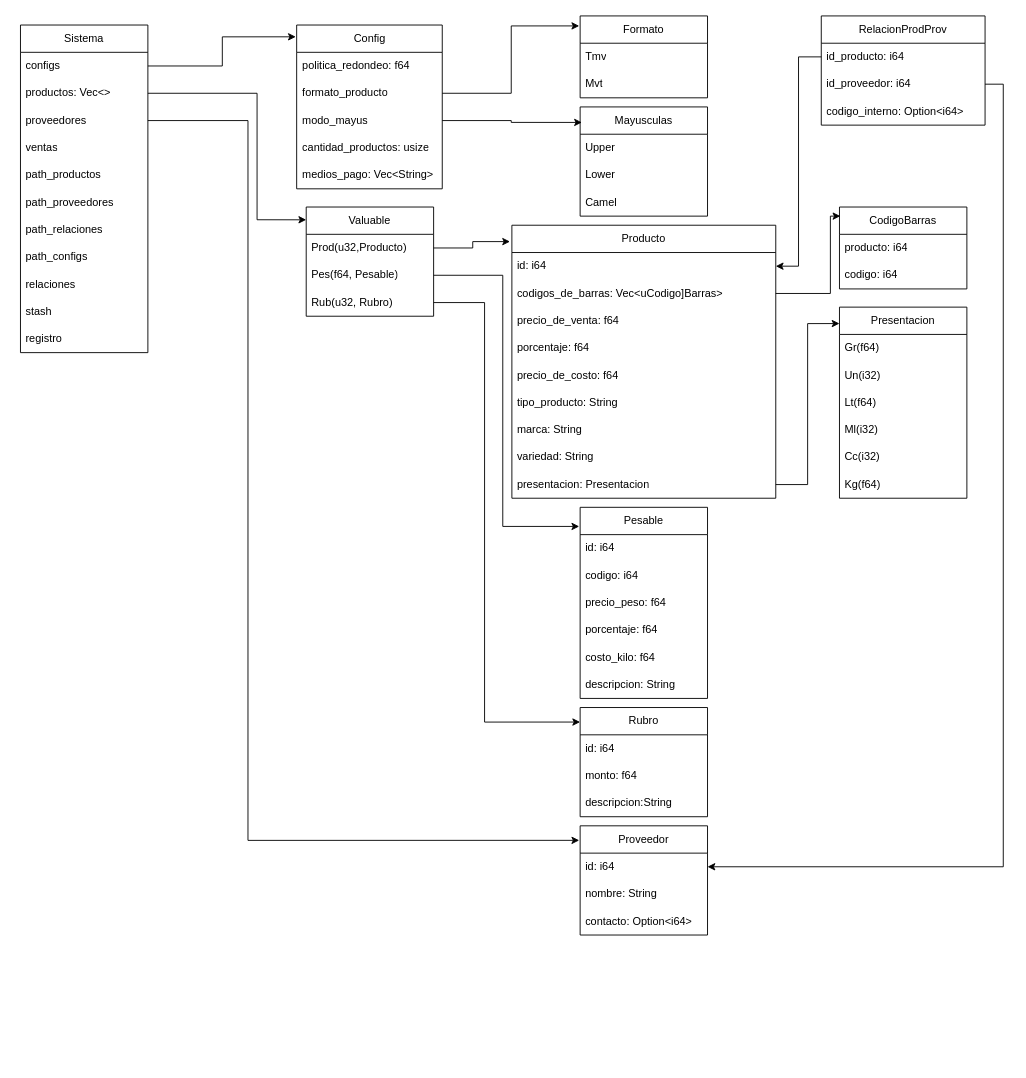
The draw.io diagram Diagrama del Sistema.drawio in RstyDev/SlintProject, before the edit. Source tidied: cells renumbered, new cells numbered last; positions are measured from the earlier drawing's top-left corner, leaving out a move shared by most shapes. Both pictures are drawn from the tidied source at 91%, with x=0, y=0 at pixel (20, 15).
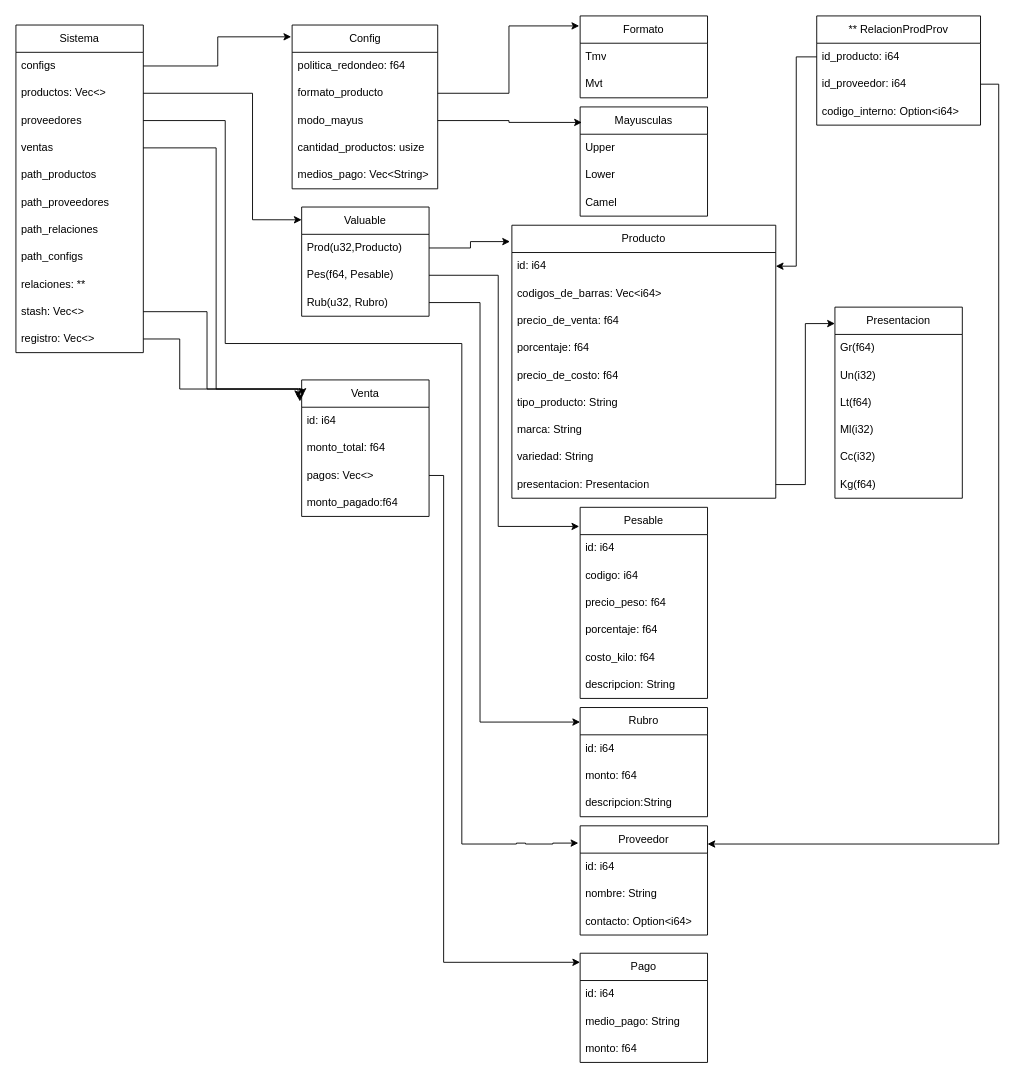
The same diagram, later.

The change refers to these unchanged cells:
```xml
<mxCell id="4" value="productos: Vec&amp;lt;&amp;gt;" style="text;strokeColor=none;fillColor=none;align=left;verticalAlign=middle;spacingLeft=4;spacingRight=4;overflow=hidden;points=[[0,0.5],[1,0.5]];portConstraint=eastwest;whiteSpace=wrap;html=1;" parent="2" vertex="1">
  <mxGeometry y="60" width="140" height="30" as="geometry" />
</mxCell>
<mxCell id="5" value="&lt;div&gt;proveedores&lt;/div&gt;" style="text;strokeColor=none;fillColor=none;align=left;verticalAlign=middle;spacingLeft=4;spacingRight=4;overflow=hidden;points=[[0,0.5],[1,0.5]];portConstraint=eastwest;whiteSpace=wrap;html=1;" parent="2" vertex="1">
  <mxGeometry y="90" width="140" height="30" as="geometry" />
</mxCell>
<mxCell id="6" value="ventas" style="text;strokeColor=none;fillColor=none;align=left;verticalAlign=middle;spacingLeft=4;spacingRight=4;overflow=hidden;points=[[0,0.5],[1,0.5]];portConstraint=eastwest;whiteSpace=wrap;html=1;" parent="2" vertex="1">
  <mxGeometry y="120" width="140" height="30" as="geometry" />
</mxCell>
<mxCell id="32" value="Pes(f64, Pesable)" style="text;strokeColor=none;fillColor=none;align=left;verticalAlign=middle;spacingLeft=4;spacingRight=4;overflow=hidden;points=[[0,0.5],[1,0.5]];portConstraint=eastwest;whiteSpace=wrap;html=1;" parent="30" vertex="1">
  <mxGeometry y="60" width="140" height="30" as="geometry" />
</mxCell>
<mxCell id="33" value="Rub(u32, Rubro)" style="text;strokeColor=none;fillColor=none;align=left;verticalAlign=middle;spacingLeft=4;spacingRight=4;overflow=hidden;points=[[0,0.5],[1,0.5]];portConstraint=eastwest;whiteSpace=wrap;html=1;" parent="30" vertex="1">
  <mxGeometry y="90" width="140" height="30" as="geometry" />
</mxCell>
<mxCell id="35" value="Producto" style="swimlane;fontStyle=0;horizontal=1;startSize=30;whiteSpace=wrap;html=1;" parent="1" vertex="1">
  <mxGeometry x="540" y="230" width="290" height="300" as="geometry" />
</mxCell>
<mxCell id="58" value="Pesable" style="swimlane;fontStyle=0;horizontal=1;startSize=30;whiteSpace=wrap;html=1;" parent="1" vertex="1">
  <mxGeometry x="615" y="540" width="140" height="210" as="geometry" />
</mxCell>
<mxCell id="66" value="Rubro" style="swimlane;fontStyle=0;horizontal=1;startSize=30;whiteSpace=wrap;html=1;" parent="1" vertex="1">
  <mxGeometry x="615" y="760" width="140" height="120" as="geometry" />
</mxCell>
<mxCell id="73" value="id_proveedor: i64" style="text;strokeColor=none;fillColor=none;align=left;verticalAlign=middle;spacingLeft=4;spacingRight=4;overflow=hidden;points=[[0,0.5],[1,0.5]];portConstraint=eastwest;whiteSpace=wrap;html=1;" parent="71" vertex="1">
  <mxGeometry y="60" width="180" height="30" as="geometry" />
</mxCell>
<mxCell id="76" value="Proveedor" style="swimlane;fontStyle=0;horizontal=1;startSize=30;whiteSpace=wrap;html=1;" parent="1" vertex="1">
  <mxGeometry x="615" y="890" width="140" height="120" as="geometry" />
</mxCell>
<mxCell id="77" value="id: i64" style="text;strokeColor=none;fillColor=none;align=left;verticalAlign=middle;spacingLeft=4;spacingRight=4;overflow=hidden;points=[[0,0.5],[1,0.5]];portConstraint=eastwest;whiteSpace=wrap;html=1;" parent="76" vertex="1">
  <mxGeometry y="30" width="140" height="30" as="geometry" />
</mxCell>
```

What changed in the source:
```diff
@@
     <mxCell id="2" value="Sistema" style="swimlane;fontStyle=0;horizontal=1;startSize=30;whiteSpace=wrap;html=1;" parent="1" vertex="1">
-      <mxGeometry y="10" width="140" height="360" as="geometry" />
+      <mxGeometry x="-5" y="10" width="140" height="360" as="geometry" />
     </mxCell>
@@
-    <mxCell id="11" value="relaciones" style="text;strokeColor=none;fillColor=none;align=left;verticalAlign=middle;spacingLeft=4;spacingRight=4;overflow=hidden;whiteSpace=wrap;html=1;" parent="2" vertex="1">
+    <mxCell id="11" value="relaciones: **" style="text;strokeColor=none;fillColor=none;align=left;verticalAlign=middle;spacingLeft=4;spacingRight=4;overflow=hidden;whiteSpace=wrap;html=1;" parent="2" vertex="1">
       <mxGeometry y="270" width="140" height="30" as="geometry" />
     </mxCell>
+    <mxCell id="82" style="edgeStyle=orthogonalEdgeStyle;rounded=0;jettySize=auto;html=1;" parent="2" edge="1" source="12">
+      <mxGeometry relative="1" as="geometry">
+        <mxPoint x="310" y="410" as="targetPoint" />
+        <Array as="points">
+          <mxPoint x="210" y="315" />
+          <mxPoint x="210" y="400" />
+          <mxPoint x="310" y="400" />
+        </Array>
+      </mxGeometry>
+    </mxCell>
-    <mxCell id="12" value="stash" style="text;strokeColor=none;fillColor=none;align=left;verticalAlign=middle;spacingLeft=4;spacingRight=4;overflow=hidden;points=[[0,0.5],[1,0.5]];portConstraint=eastwest;whiteSpace=wrap;html=1;" parent="2" vertex="1">
+    <mxCell id="12" value="stash: Vec&amp;lt;&amp;gt;" style="text;strokeColor=none;fillColor=none;align=left;verticalAlign=middle;spacingLeft=4;spacingRight=4;overflow=hidden;points=[[0,0.5],[1,0.5]];portConstraint=eastwest;whiteSpace=wrap;html=1;" parent="2" vertex="1">
       <mxGeometry y="300" width="140" height="30" as="geometry" />
     </mxCell>
-    <mxCell id="13" value="registro" style="text;strokeColor=none;fillColor=none;align=left;verticalAlign=middle;spacingLeft=4;spacingRight=4;overflow=hidden;points=[[0,0.5],[1,0.5]];portConstraint=eastwest;whiteSpace=wrap;html=1;" parent="2" vertex="1">
+    <mxCell id="13" value="registro: Vec&amp;lt;&amp;gt;" style="text;strokeColor=none;fillColor=none;align=left;verticalAlign=middle;spacingLeft=4;spacingRight=4;overflow=hidden;points=[[0,0.5],[1,0.5]];portConstraint=eastwest;whiteSpace=wrap;html=1;" parent="2" vertex="1">
       <mxGeometry y="330" width="140" height="30" as="geometry" />
     </mxCell>
     <mxCell id="14" value="&lt;div&gt;Config&lt;/div&gt;" style="swimlane;fontStyle=0;horizontal=1;startSize=30;whiteSpace=wrap;html=1;" parent="1" vertex="1">
-      <mxGeometry x="303.5" y="10" width="160" height="180" as="geometry" />
+      <mxGeometry x="298.5" y="10" width="160" height="180" as="geometry" />
     </mxCell>
@@
     <mxCell id="30" value="Valuable" style="swimlane;fontStyle=0;horizontal=1;startSize=30;whiteSpace=wrap;html=1;" parent="1" vertex="1">
-      <mxGeometry x="314" y="210" width="140" height="120" as="geometry" />
+      <mxGeometry x="309" y="210" width="140" height="120" as="geometry" />
     </mxCell>
@@
     <mxCell id="34" style="edgeStyle=orthogonalEdgeStyle;rounded=0;jettySize=auto;html=1;entryX=0;entryY=0.117;entryDx=0;entryDy=0;entryPerimeter=0;" parent="1" edge="1" source="4" target="30">
       <mxGeometry relative="1" as="geometry">
         <Array as="points">
-          <mxPoint x="260" y="85" />
-          <mxPoint x="260" y="224" />
+          <mxPoint x="255" y="85" />
+          <mxPoint x="255" y="224" />
         </Array>
       </mxGeometry>
     </mxCell>
@@
-    <mxCell id="37" value="codigos_de_barras: Vec&amp;lt;uCodigo]Barras&amp;gt;" style="text;strokeColor=none;fillColor=none;align=left;verticalAlign=middle;spacingLeft=4;spacingRight=4;overflow=hidden;points=[[0,0.5],[1,0.5]];portConstraint=eastwest;whiteSpace=wrap;html=1;" parent="35" vertex="1">
+    <mxCell id="37" value="&lt;div&gt;codigos_de_barras: Vec&amp;lt;i64&amp;gt;&lt;/div&gt;" style="text;strokeColor=none;fillColor=none;align=left;verticalAlign=middle;spacingLeft=4;spacingRight=4;overflow=hidden;points=[[0,0.5],[1,0.5]];portConstraint=eastwest;whiteSpace=wrap;html=1;" parent="35" vertex="1">
       <mxGeometry y="60" width="290" height="30" as="geometry" />
     </mxCell>
@@
-    <mxCell id="45" value="&lt;div&gt;CodigoBarras&lt;/div&gt;" style="swimlane;fontStyle=0;horizontal=1;startSize=30;whiteSpace=wrap;html=1;" parent="1" vertex="1">
-      <mxGeometry x="900" y="210" width="140" height="90" as="geometry" />
-    </mxCell>
-    <mxCell id="46" value="producto: i64" style="text;strokeColor=none;fillColor=none;align=left;verticalAlign=middle;spacingLeft=4;spacingRight=4;overflow=hidden;whiteSpace=wrap;html=1;" parent="45" vertex="1">
-      <mxGeometry y="30" width="140" height="30" as="geometry" />
-    </mxCell>
-    <mxCell id="47" value="codigo: i64" style="text;strokeColor=none;fillColor=none;align=left;verticalAlign=middle;spacingLeft=4;spacingRight=4;overflow=hidden;whiteSpace=wrap;html=1;" parent="45" vertex="1">
-      <mxGeometry y="60" width="140" height="30" as="geometry" />
-    </mxCell>
-    <mxCell id="48" style="edgeStyle=orthogonalEdgeStyle;rounded=0;jettySize=auto;html=1;entryX=0.007;entryY=0.111;entryDx=0;entryDy=0;entryPerimeter=0;" parent="1" edge="1" source="37" target="45">
-      <mxGeometry relative="1" as="geometry">
-        <Array as="points">
-          <mxPoint x="890" y="305" />
-          <mxPoint x="890" y="220" />
-        </Array>
-      </mxGeometry>
-    </mxCell>
@@
     <mxCell id="50" value="Presentacion" style="swimlane;fontStyle=0;horizontal=1;startSize=30;whiteSpace=wrap;html=1;" parent="1" vertex="1">
-      <mxGeometry x="900" y="320" width="140" height="210" as="geometry" />
+      <mxGeometry x="895" y="320" width="140" height="210" as="geometry" />
     </mxCell>
@@
     <mxCell id="65" style="edgeStyle=orthogonalEdgeStyle;rounded=0;jettySize=auto;html=1;entryX=-0.007;entryY=0.1;entryDx=0;entryDy=0;entryPerimeter=0;" parent="1" edge="1" source="32" target="58">
       <mxGeometry relative="1" as="geometry">
         <Array as="points">
-          <mxPoint x="530" y="285" />
-          <mxPoint x="530" y="561" />
+          <mxPoint x="525" y="285" />
+          <mxPoint x="525" y="561" />
         </Array>
       </mxGeometry>
     </mxCell>
@@
     <mxCell id="70" style="edgeStyle=orthogonalEdgeStyle;rounded=0;jettySize=auto;html=1;entryX=0;entryY=0.133;entryDx=0;entryDy=0;entryPerimeter=0;" parent="1" edge="1" source="33" target="66">
       <mxGeometry relative="1" as="geometry">
         <Array as="points">
-          <mxPoint x="510" y="315" />
-          <mxPoint x="510" y="776" />
+          <mxPoint x="505" y="315" />
+          <mxPoint x="505" y="776" />
         </Array>
       </mxGeometry>
     </mxCell>
-    <mxCell id="71" value="RelacionProdProv" style="swimlane;fontStyle=0;horizontal=1;startSize=30;whiteSpace=wrap;html=1;" parent="1" vertex="1">
-      <mxGeometry x="880" width="180" height="120" as="geometry" />
+    <mxCell id="71" value="** RelacionProdProv" style="swimlane;fontStyle=0;horizontal=1;startSize=30;whiteSpace=wrap;html=1;" parent="1" vertex="1">
+      <mxGeometry x="875" width="180" height="120" as="geometry" />
     </mxCell>
@@
-    <mxCell id="80" style="edgeStyle=orthogonalEdgeStyle;rounded=0;jettySize=auto;html=1;entryX=-0.007;entryY=0.133;entryDx=0;entryDy=0;entryPerimeter=0;" parent="1" edge="1" source="5" target="76">
+    <mxCell id="80" style="edgeStyle=orthogonalEdgeStyle;rounded=0;jettySize=auto;html=1;entryX=-0.014;entryY=0.158;entryDx=0;entryDy=0;entryPerimeter=0;" parent="1" edge="1" source="5" target="76">
       <mxGeometry relative="1" as="geometry">
         <Array as="points">
-          <mxPoint x="250" y="115" />
-          <mxPoint x="250" y="906" />
+          <mxPoint x="225" y="115" />
+          <mxPoint x="225" y="360" />
+          <mxPoint x="485" y="360" />
+          <mxPoint x="485" y="910" />
+          <mxPoint x="545" y="910" />
+          <mxPoint x="545" y="909" />
+          <mxPoint x="555" y="909" />
+          <mxPoint x="555" y="910" />
+          <mxPoint x="585" y="910" />
         </Array>
       </mxGeometry>
     </mxCell>
-    <mxCell id="81" style="edgeStyle=orthogonalEdgeStyle;rounded=0;jettySize=auto;html=1;entryX=1;entryY=0.5;entryDx=0;entryDy=0;" parent="1" edge="1" source="73" target="77">
+    <mxCell id="81" style="edgeStyle=orthogonalEdgeStyle;rounded=0;jettySize=auto;html=1;" parent="1" edge="1" source="73">
       <mxGeometry relative="1" as="geometry">
+        <mxPoint x="755" y="910" as="targetPoint" />
         <Array as="points">
-          <mxPoint x="1080" y="75" />
-          <mxPoint x="1080" y="935" />
+          <mxPoint x="1075" y="75" />
+          <mxPoint x="1075" y="910" />
+          <mxPoint x="755" y="910" />
         </Array>
       </mxGeometry>
     </mxCell>
+    <mxCell id="83" value="Venta" style="swimlane;fontStyle=0;horizontal=1;startSize=30;whiteSpace=wrap;html=1;" parent="1" vertex="1">
+      <mxGeometry x="309" y="400" width="140" height="150" as="geometry" />
+    </mxCell>
+    <mxCell id="84" value="id: i64" style="text;strokeColor=none;fillColor=none;align=left;verticalAlign=middle;spacingLeft=4;spacingRight=4;overflow=hidden;whiteSpace=wrap;html=1;" parent="83" vertex="1">
+      <mxGeometry y="30" width="140" height="30" as="geometry" />
+    </mxCell>
+    <mxCell id="85" value="monto_total: f64" style="text;strokeColor=none;fillColor=none;align=left;verticalAlign=middle;spacingLeft=4;spacingRight=4;overflow=hidden;whiteSpace=wrap;html=1;" parent="83" vertex="1">
+      <mxGeometry y="60" width="140" height="30" as="geometry" />
+    </mxCell>
+    <mxCell id="86" value="pagos: Vec&amp;lt;&amp;gt;" style="text;strokeColor=none;fillColor=none;align=left;verticalAlign=middle;spacingLeft=4;spacingRight=4;overflow=hidden;points=[[0,0.5],[1,0.5]];portConstraint=eastwest;whiteSpace=wrap;html=1;" parent="83" vertex="1">
+      <mxGeometry y="90" width="140" height="30" as="geometry" />
+    </mxCell>
+    <mxCell id="87" value="monto_pagado:f64" style="text;strokeColor=none;fillColor=none;align=left;verticalAlign=middle;spacingLeft=4;spacingRight=4;overflow=hidden;whiteSpace=wrap;html=1;" parent="83" vertex="1">
+      <mxGeometry y="120" width="140" height="30" as="geometry" />
+    </mxCell>
+    <mxCell id="88" style="edgeStyle=orthogonalEdgeStyle;rounded=0;jettySize=auto;html=1;entryX=0.007;entryY=0.117;entryDx=0;entryDy=0;entryPerimeter=0;" parent="1" edge="1" source="6" target="83">
+      <mxGeometry relative="1" as="geometry">
+        <Array as="points">
+          <mxPoint x="215" y="145" />
+          <mxPoint x="215" y="410" />
+          <mxPoint x="310" y="410" />
+        </Array>
+      </mxGeometry>
+    </mxCell>
+    <mxCell id="89" style="edgeStyle=orthogonalEdgeStyle;rounded=0;jettySize=auto;html=1;entryX=-0.014;entryY=0.158;entryDx=0;entryDy=0;entryPerimeter=0;" parent="1" edge="1" source="13" target="83">
+      <mxGeometry relative="1" as="geometry">
+        <Array as="points">
+          <mxPoint x="175" y="355" />
+          <mxPoint x="175" y="410" />
+          <mxPoint x="307" y="410" />
+        </Array>
+      </mxGeometry>
+    </mxCell>
+    <mxCell id="90" value="&lt;div&gt;Pago&lt;/div&gt;" style="swimlane;fontStyle=0;horizontal=1;startSize=30;whiteSpace=wrap;html=1;" parent="1" vertex="1">
+      <mxGeometry x="615" y="1030" width="140" height="120" as="geometry" />
+    </mxCell>
+    <mxCell id="91" value="id: i64" style="text;strokeColor=none;fillColor=none;align=left;verticalAlign=middle;spacingLeft=4;spacingRight=4;overflow=hidden;whiteSpace=wrap;html=1;" parent="90" vertex="1">
+      <mxGeometry y="30" width="140" height="30" as="geometry" />
+    </mxCell>
+    <mxCell id="92" value="medio_pago: String" style="text;strokeColor=none;fillColor=none;align=left;verticalAlign=middle;spacingLeft=4;spacingRight=4;overflow=hidden;whiteSpace=wrap;html=1;" parent="90" vertex="1">
+      <mxGeometry y="60" width="140" height="30" as="geometry" />
+    </mxCell>
+    <mxCell id="93" value="monto: f64" style="text;strokeColor=none;fillColor=none;align=left;verticalAlign=middle;spacingLeft=4;spacingRight=4;overflow=hidden;whiteSpace=wrap;html=1;" parent="90" vertex="1">
+      <mxGeometry y="90" width="140" height="30" as="geometry" />
+    </mxCell>
+    <mxCell id="94" style="edgeStyle=orthogonalEdgeStyle;rounded=0;jettySize=auto;html=1;entryX=0;entryY=0.083;entryDx=0;entryDy=0;entryPerimeter=0;" parent="1" edge="1" source="86" target="90">
+      <mxGeometry relative="1" as="geometry">
+        <Array as="points">
+          <mxPoint x="465" y="505" />
+          <mxPoint x="465" y="1040" />
+        </Array>
+      </mxGeometry>
+    </mxCell>
```
